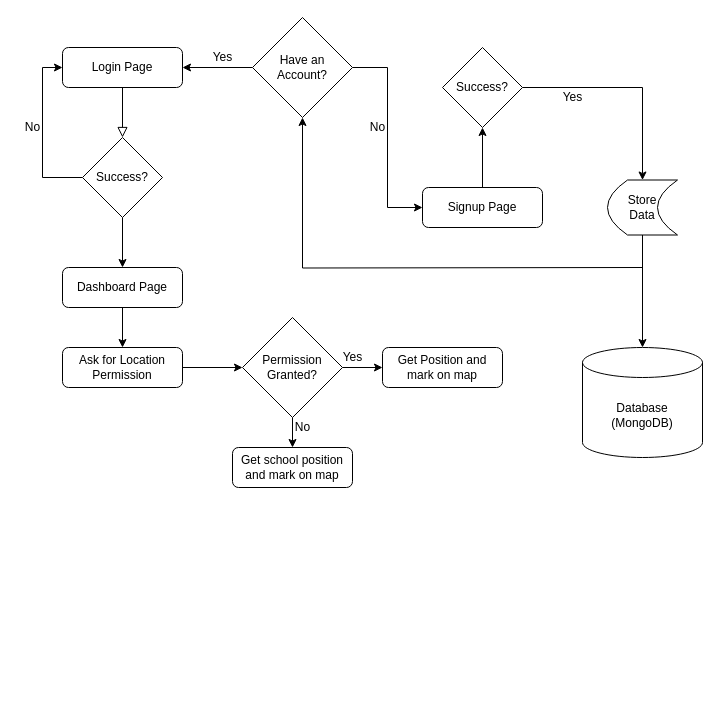
This is public/flowchart.drawio from afullsnack/gmap, a draw.io file, before an edit. Source tidied: cells renumbered, new cells numbered last; positions are measured from the earlier drawing's top-left corner, leaving out a move shared by most shapes. Both pictures are drawn from the tidied source at 100%, with x=0, y=0 at pixel (17, 17).
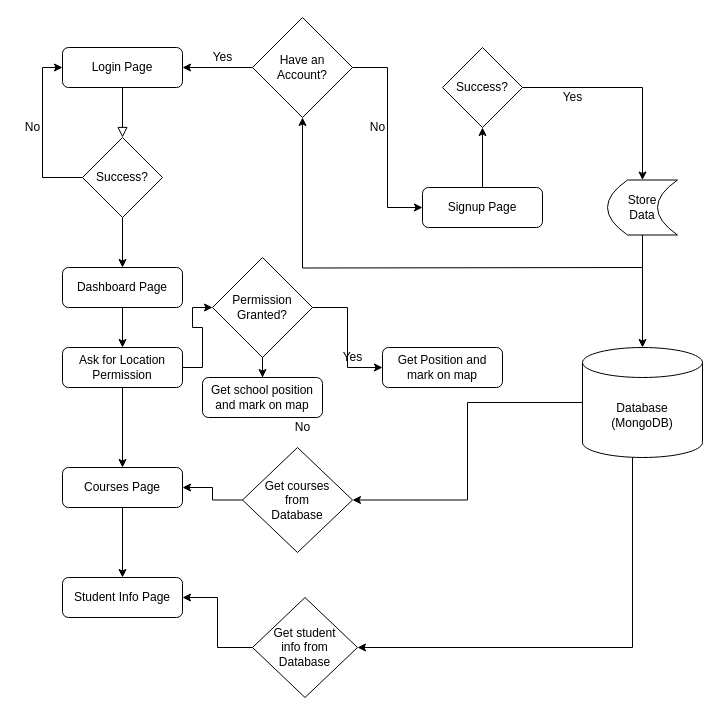
The same diagram, later.

Commit message (it also covers changes not shown here):
Fixed issues with student info update

The change refers to these unchanged cells:
```xml
<mxCell id="7" value="Ask for Location&lt;br&gt;Permission" style="rounded=1;whiteSpace=wrap;html=1;fontSize=12;glass=0;strokeWidth=1;shadow=0;" parent="1" vertex="1">
  <mxGeometry x="45" y="330" width="120" height="40" as="geometry" />
</mxCell>
<mxCell id="24" value="Database&lt;br&gt;(MongoDB)" style="shape=cylinder3;whiteSpace=wrap;html=1;boundedLbl=1;backgroundOutline=1;size=15;" parent="1" vertex="1">
  <mxGeometry x="565" y="330" width="120" height="110" as="geometry" />
</mxCell>
```

The edit, as a diff of the source:
```diff
@@
+    <mxCell id="33" style="edgeStyle=orthogonalEdgeStyle;rounded=0;jettySize=auto;html=1;" parent="1" edge="1" source="7" target="37">
+      <mxGeometry relative="1" as="geometry" />
+    </mxCell>
@@
+    <mxCell id="34" style="edgeStyle=orthogonalEdgeStyle;rounded=0;jettySize=auto;html=1;entryX=1;entryY=0.5;entryDx=0;entryDy=0;" parent="1" edge="1" source="24" target="40">
+      <mxGeometry relative="1" as="geometry" />
+    </mxCell>
+    <mxCell id="35" style="edgeStyle=orthogonalEdgeStyle;rounded=0;jettySize=auto;html=1;entryX=1;entryY=0.5;entryDx=0;entryDy=0;" parent="1" edge="1" source="24" target="42">
+      <mxGeometry relative="1" as="geometry">
+        <Array as="points">
+          <mxPoint x="615" y="630" />
+        </Array>
+      </mxGeometry>
+    </mxCell>
@@
     <mxCell id="28" value="Permission&lt;br&gt;Granted?" style="rhombus;whiteSpace=wrap;html=1;" parent="1" vertex="1">
-      <mxGeometry x="225" y="300" width="100" height="100" as="geometry" />
+      <mxGeometry x="195" y="240" width="100" height="100" as="geometry" />
     </mxCell>
@@
     <mxCell id="32" value="Get school position and mark on map" style="rounded=1;whiteSpace=wrap;html=1;" parent="1" vertex="1">
-      <mxGeometry x="215" y="430" width="120" height="40" as="geometry" />
+      <mxGeometry x="185" y="360" width="120" height="40" as="geometry" />
     </mxCell>
+    <mxCell id="36" style="edgeStyle=orthogonalEdgeStyle;rounded=0;jettySize=auto;html=1;" parent="1" edge="1" source="37" target="38">
+      <mxGeometry relative="1" as="geometry" />
+    </mxCell>
+    <mxCell id="37" value="Courses Page" style="rounded=1;whiteSpace=wrap;html=1;fontSize=12;glass=0;strokeWidth=1;shadow=0;" parent="1" vertex="1">
+      <mxGeometry x="45" y="450" width="120" height="40" as="geometry" />
+    </mxCell>
+    <mxCell id="38" value="Student Info Page" style="rounded=1;whiteSpace=wrap;html=1;fontSize=12;glass=0;strokeWidth=1;shadow=0;" parent="1" vertex="1">
+      <mxGeometry x="45" y="560" width="120" height="40" as="geometry" />
+    </mxCell>
+    <mxCell id="39" style="edgeStyle=orthogonalEdgeStyle;rounded=0;jettySize=auto;html=1;entryX=1;entryY=0.5;entryDx=0;entryDy=0;" parent="1" edge="1" source="40" target="37">
+      <mxGeometry relative="1" as="geometry" />
+    </mxCell>
+    <mxCell id="40" value="Get courses&lt;br&gt;from&lt;br&gt;Database" style="rhombus;whiteSpace=wrap;html=1;" parent="1" vertex="1">
+      <mxGeometry x="225" y="430" width="110" height="105" as="geometry" />
+    </mxCell>
+    <mxCell id="41" style="edgeStyle=orthogonalEdgeStyle;rounded=0;jettySize=auto;html=1;entryX=1;entryY=0.5;entryDx=0;entryDy=0;" parent="1" edge="1" source="42" target="38">
+      <mxGeometry relative="1" as="geometry" />
+    </mxCell>
+    <mxCell id="42" value="Get student&lt;br&gt;info from&lt;br&gt;Database" style="rhombus;whiteSpace=wrap;html=1;" parent="1" vertex="1">
+      <mxGeometry x="235" y="580" width="105" height="100" as="geometry" />
+    </mxCell>
```
